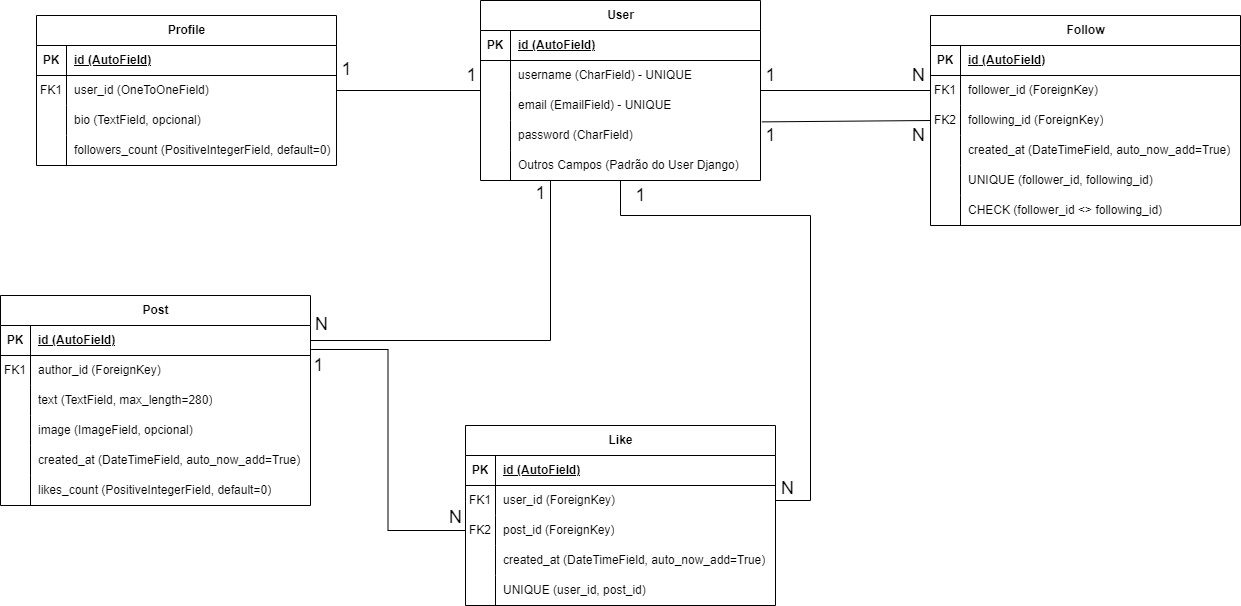
The draw.io diagram diagrams/ERD.png in wendelloaraujo/mini-twitter, before a commit. Source tidied: cells renumbered, new cells last; positions are measured from the earlier drawing's top-left corner, leaving out a move shared by most shapes.
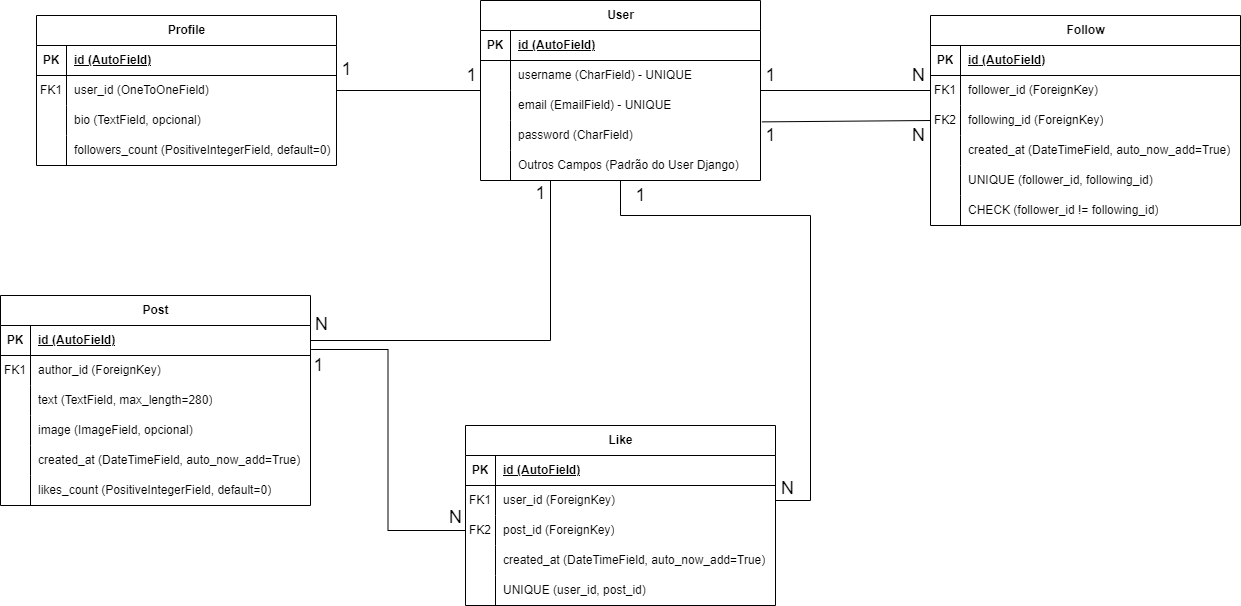
After the change.

Diff of the diagram source:
```diff
@@ -248,7 +248,7 @@
     <mxCell id="83" style="shape=partialRectangle;fillColor=none;top=0;left=0;bottom=0;right=0;overflow=hidden;whiteSpace=wrap;html=1;" parent="82" vertex="1">
       <mxGeometry width="30" height="30" as="geometry" />
     </mxCell>
-    <mxCell id="84" value="CHECK (follower_id &amp;lt;&amp;gt; following_id)" style="shape=partialRectangle;fillColor=none;top=0;left=0;bottom=0;right=0;align=left;spacingLeft=6;overflow=hidden;whiteSpace=wrap;html=1;" parent="82" vertex="1">
+    <mxCell id="84" value="CHECK (follower_id != following_id)" style="shape=partialRectangle;fillColor=none;top=0;left=0;bottom=0;right=0;align=left;spacingLeft=6;overflow=hidden;whiteSpace=wrap;html=1;" parent="82" vertex="1">
       <mxGeometry x="30" width="280" height="30" as="geometry" />
     </mxCell>
     <mxCell id="85" style="endArrow=none;html=1;rounded=0;" parent="1" edge="1" source="18" target="2">
```
